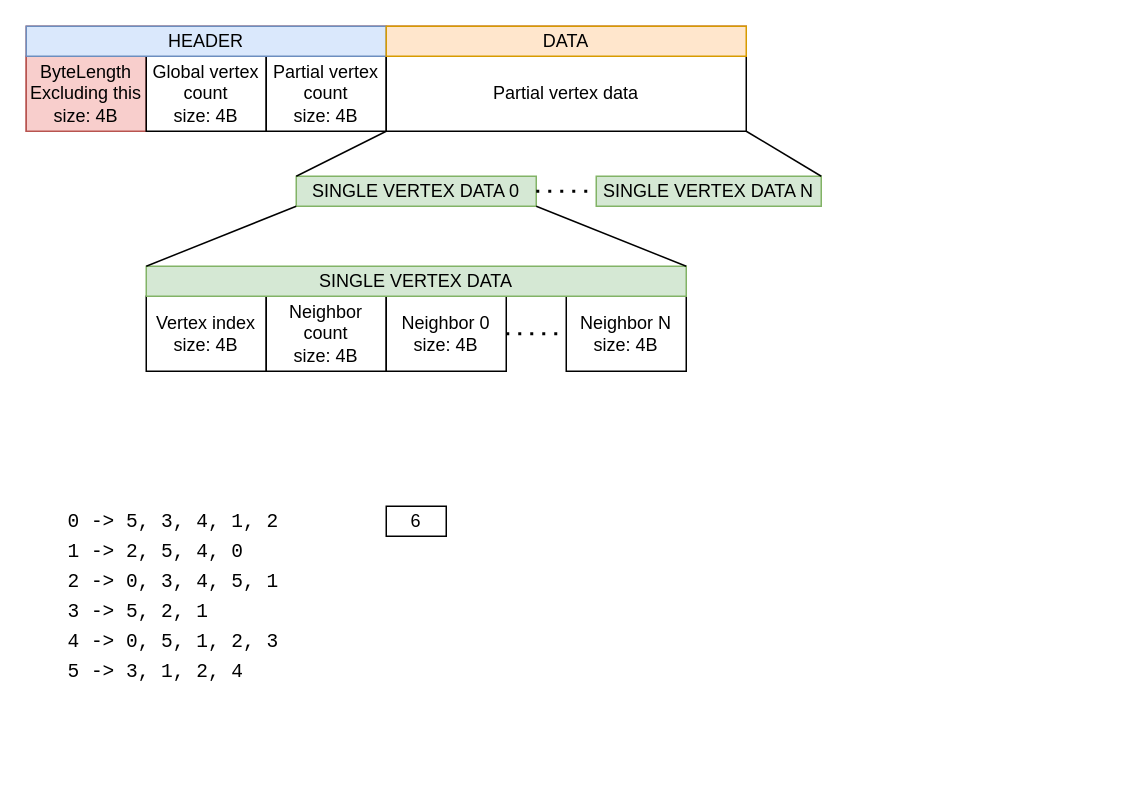
Mikkelnn/ESD6-Courses keeps this draw.io diagram as hpc/Workshop/BFSAlgo/Figures/binaryPartialGraph.drawio. Above is the earlier version. Source tidied: cells renumbered, new cells numbered last; positions are measured from the earlier drawing's top-left corner, leaving out a move shared by most shapes. Both pictures are drawn from the tidied source at 150%, with x=0, y=0 at pixel (26, 26).
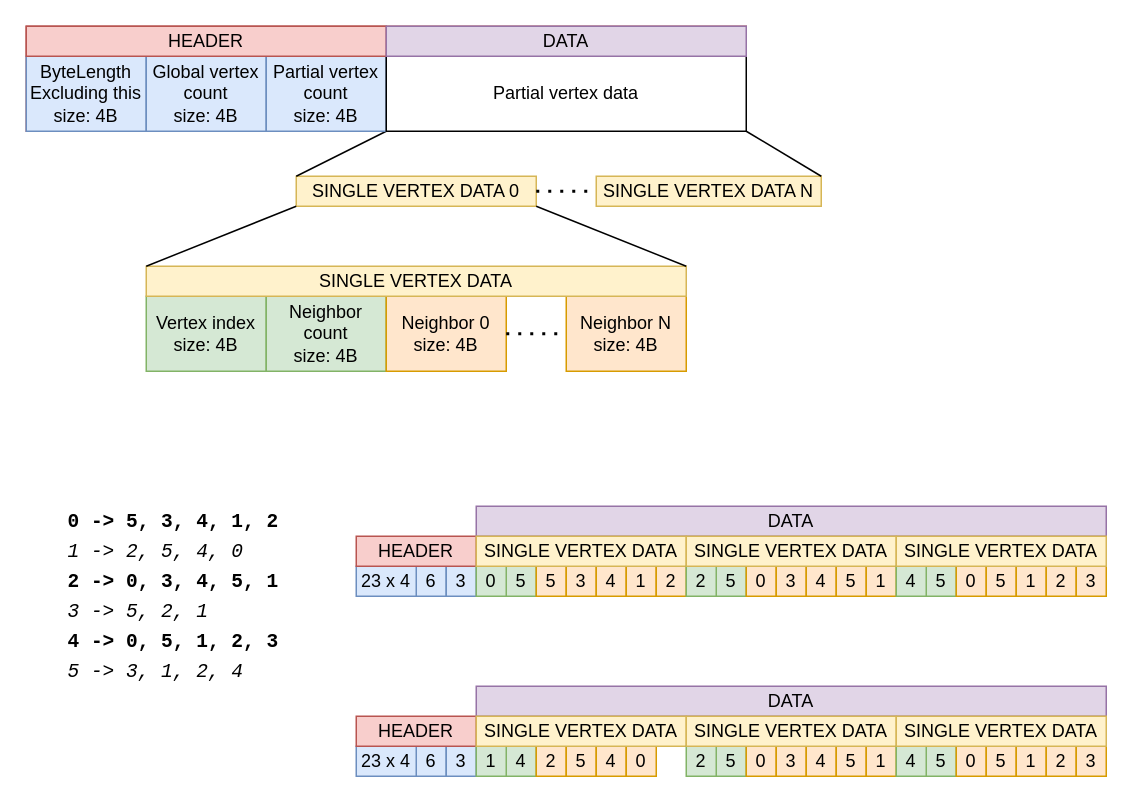
After the change.

Unchanged cells that the change refers to:
```xml
<mxCell id="12" style="group;fillColor=#f8cecc;strokeColor=#b85450;" parent="1" vertex="1">
  <mxGeometry width="480" height="70" as="geometry" />
</mxCell>
```

What changed in the source:
```diff
@@
-    <mxCell id="2" value="Vertex index&lt;br&gt;size: 4B" style="rounded=0;whiteSpace=wrap;html=1;" parent="1" vertex="1">
+    <mxCell id="2" value="Vertex index&lt;br&gt;size: 4B" style="rounded=0;whiteSpace=wrap;html=1;fillColor=#d5e8d4;strokeColor=#82b366;" parent="1" vertex="1">
       <mxGeometry x="80" y="180" width="80" height="50" as="geometry" />
     </mxCell>
-    <mxCell id="3" value="Neighbor count&lt;div&gt;size: 4B&lt;/div&gt;" style="rounded=0;whiteSpace=wrap;html=1;" parent="1" vertex="1">
+    <mxCell id="3" value="Neighbor count&lt;div&gt;size: 4B&lt;/div&gt;" style="rounded=0;whiteSpace=wrap;html=1;fillColor=#d5e8d4;strokeColor=#82b366;" parent="1" vertex="1">
       <mxGeometry x="160" y="180" width="80" height="50" as="geometry" />
     </mxCell>
-    <mxCell id="4" value="Neighbor 0&lt;div&gt;size: 4B&lt;/div&gt;" style="rounded=0;whiteSpace=wrap;html=1;" parent="1" vertex="1">
+    <mxCell id="4" value="Neighbor 0&lt;div&gt;size: 4B&lt;/div&gt;" style="rounded=0;whiteSpace=wrap;html=1;fillColor=#ffe6cc;strokeColor=#d79b00;" parent="1" vertex="1">
       <mxGeometry x="240" y="180" width="80" height="50" as="geometry" />
     </mxCell>
-    <mxCell id="5" value="Neighbor N&lt;div&gt;size: 4B&lt;/div&gt;" style="rounded=0;whiteSpace=wrap;html=1;" parent="1" vertex="1">
+    <mxCell id="5" value="Neighbor N&lt;div&gt;size: 4B&lt;/div&gt;" style="rounded=0;whiteSpace=wrap;html=1;fillColor=#ffe6cc;strokeColor=#d79b00;" parent="1" vertex="1">
       <mxGeometry x="360" y="180" width="80" height="50" as="geometry" />
     </mxCell>
@@
-    <mxCell id="7" value="SINGLE VERTEX DATA" style="rounded=0;whiteSpace=wrap;html=1;fillColor=#d5e8d4;strokeColor=#82b366;" parent="1" vertex="1">
+    <mxCell id="7" value="SINGLE VERTEX DATA" style="rounded=0;whiteSpace=wrap;html=1;fillColor=#fff2cc;strokeColor=#d6b656;" parent="1" vertex="1">
       <mxGeometry x="80" y="160" width="360" height="20" as="geometry" />
     </mxCell>
-    <mxCell id="8" value="SINGLE VERTEX DATA 0" style="rounded=0;whiteSpace=wrap;html=1;fillColor=#d5e8d4;strokeColor=#82b366;" parent="1" vertex="1">
+    <mxCell id="8" value="SINGLE VERTEX DATA 0" style="rounded=0;whiteSpace=wrap;html=1;fillColor=#fff2cc;strokeColor=#d6b656;" parent="1" vertex="1">
       <mxGeometry x="180" y="100" width="160" height="20" as="geometry" />
     </mxCell>
-    <mxCell id="9" value="SINGLE VERTEX DATA N" style="rounded=0;whiteSpace=wrap;html=1;fillColor=#d5e8d4;strokeColor=#82b366;" parent="1" vertex="1">
+    <mxCell id="9" value="SINGLE VERTEX DATA N" style="rounded=0;whiteSpace=wrap;html=1;fillColor=#fff2cc;strokeColor=#d6b656;" parent="1" vertex="1">
       <mxGeometry x="380" y="100" width="150" height="20" as="geometry" />
     </mxCell>
@@
-    <mxCell id="13" value="ByteLength&lt;br&gt;Excluding this&lt;div&gt;size: 4B&lt;/div&gt;" style="rounded=0;whiteSpace=wrap;html=1;fillColor=#f8cecc;strokeColor=#b85450;" parent="12" vertex="1">
+    <mxCell id="13" value="ByteLength&lt;br&gt;Excluding this&lt;div&gt;size: 4B&lt;/div&gt;" style="rounded=0;whiteSpace=wrap;html=1;fillColor=#dae8fc;strokeColor=#6c8ebf;" parent="12" vertex="1">
       <mxGeometry y="20" width="80" height="50" as="geometry" />
     </mxCell>
-    <mxCell id="14" value="Global vertex count&lt;br&gt;size: 4B" style="rounded=0;whiteSpace=wrap;html=1;" parent="12" vertex="1">
+    <mxCell id="14" value="Global vertex count&lt;br&gt;size: 4B" style="rounded=0;whiteSpace=wrap;html=1;fillColor=#dae8fc;strokeColor=#6c8ebf;" parent="12" vertex="1">
       <mxGeometry x="80" y="20" width="80" height="50" as="geometry" />
     </mxCell>
-    <mxCell id="15" value="Partial vertex count&lt;br&gt;size: 4B" style="rounded=0;whiteSpace=wrap;html=1;" parent="12" vertex="1">
+    <mxCell id="15" value="Partial vertex count&lt;br&gt;size: 4B" style="rounded=0;whiteSpace=wrap;html=1;fillColor=#dae8fc;strokeColor=#6c8ebf;" parent="12" vertex="1">
       <mxGeometry x="160" y="20" width="80" height="50" as="geometry" />
     </mxCell>
@@
-    <mxCell id="17" value="HEADER" style="rounded=0;whiteSpace=wrap;html=1;fillColor=#dae8fc;strokeColor=#6c8ebf;" parent="12" vertex="1">
+    <mxCell id="17" value="HEADER" style="rounded=0;whiteSpace=wrap;html=1;fillColor=#f8cecc;strokeColor=#b85450;" parent="12" vertex="1">
       <mxGeometry width="240" height="20" as="geometry" />
     </mxCell>
-    <mxCell id="18" value="DATA" style="rounded=0;whiteSpace=wrap;html=1;fillColor=#ffe6cc;strokeColor=#d79b00;" parent="12" vertex="1">
+    <mxCell id="18" value="DATA" style="rounded=0;whiteSpace=wrap;html=1;fillColor=#e1d5e7;strokeColor=#9673a6;" parent="12" vertex="1">
       <mxGeometry x="240" width="240" height="20" as="geometry" />
     </mxCell>
@@
-    <mxCell id="22" value="&lt;pre class=&quot;data&quot; style=&quot;margin-left: 2em; font-size: 13px; background-color: rgb(255, 255, 255);&quot;&gt;0 -&amp;gt; 5, 3, 4, 1, 2&lt;/pre&gt;" style="text;html=1;align=left;verticalAlign=middle;whiteSpace=wrap;rounded=0;" parent="1" vertex="1">
+    <mxCell id="22" value="&lt;pre style=&quot;margin-left: 2em; font-size: 13px; background-color: rgb(255, 255, 255);&quot; class=&quot;data&quot;&gt;0 -&amp;gt; 5, 3, 4, 1, 2&lt;/pre&gt;" style="text;html=1;align=left;verticalAlign=middle;whiteSpace=wrap;rounded=0;fontStyle=1;" parent="1" vertex="1">
       <mxGeometry y="320" width="200" height="20" as="geometry" />
     </mxCell>
-    <mxCell id="23" value="&lt;pre class=&quot;data&quot; style=&quot;margin-left: 2em; font-size: 13px; background-color: rgb(255, 255, 255);&quot;&gt;1 -&amp;gt; 2, 5, 4, 0&lt;/pre&gt;" style="text;html=1;align=left;verticalAlign=middle;whiteSpace=wrap;rounded=0;" parent="1" vertex="1">
+    <mxCell id="23" value="&lt;pre style=&quot;margin-left: 2em; font-size: 13px; background-color: rgb(255, 255, 255);&quot; class=&quot;data&quot;&gt;1 -&amp;gt; 2, 5, 4, 0&lt;/pre&gt;" style="text;html=1;align=left;verticalAlign=middle;whiteSpace=wrap;rounded=0;fontStyle=2;" parent="1" vertex="1">
       <mxGeometry y="340" width="200" height="20" as="geometry" />
     </mxCell>
-    <mxCell id="24" value="&lt;pre class=&quot;data&quot; style=&quot;margin-left: 2em; font-size: 13px; background-color: rgb(255, 255, 255);&quot;&gt;2 -&amp;gt; 0, 3, 4, 5, 1&lt;/pre&gt;" style="text;html=1;align=left;verticalAlign=middle;whiteSpace=wrap;rounded=0;" parent="1" vertex="1">
+    <mxCell id="24" value="&lt;pre style=&quot;margin-left: 2em; font-size: 13px; background-color: rgb(255, 255, 255);&quot; class=&quot;data&quot;&gt;2 -&amp;gt; 0, 3, 4, 5, 1&lt;/pre&gt;" style="text;html=1;align=left;verticalAlign=middle;whiteSpace=wrap;rounded=0;fontStyle=1;" parent="1" vertex="1">
       <mxGeometry y="360" width="200" height="20" as="geometry" />
     </mxCell>
-    <mxCell id="25" value="&lt;pre class=&quot;data&quot; style=&quot;margin-left: 2em; font-size: 13px; background-color: rgb(255, 255, 255);&quot;&gt;3 -&amp;gt; 5, 2, 1&lt;/pre&gt;" style="text;html=1;align=left;verticalAlign=middle;whiteSpace=wrap;rounded=0;" parent="1" vertex="1">
+    <mxCell id="25" value="&lt;pre style=&quot;margin-left: 2em; font-size: 13px; background-color: rgb(255, 255, 255);&quot; class=&quot;data&quot;&gt;3 -&amp;gt; 5, 2, 1&lt;/pre&gt;" style="text;html=1;align=left;verticalAlign=middle;whiteSpace=wrap;rounded=0;fontStyle=2;" parent="1" vertex="1">
       <mxGeometry y="380" width="200" height="20" as="geometry" />
     </mxCell>
-    <mxCell id="26" value="&lt;pre class=&quot;data&quot; style=&quot;margin-left: 2em; font-size: 13px; background-color: rgb(255, 255, 255);&quot;&gt;4 -&amp;gt; 0, 5, 1, 2, 3&lt;/pre&gt;" style="text;html=1;align=left;verticalAlign=middle;whiteSpace=wrap;rounded=0;" parent="1" vertex="1">
+    <mxCell id="26" value="&lt;pre style=&quot;margin-left: 2em; font-size: 13px; background-color: rgb(255, 255, 255);&quot; class=&quot;data&quot;&gt;4 -&amp;gt; 0, 5, 1, 2, 3&lt;/pre&gt;" style="text;html=1;align=left;verticalAlign=middle;whiteSpace=wrap;rounded=0;fontStyle=1;" parent="1" vertex="1">
       <mxGeometry y="400" width="200" height="20" as="geometry" />
     </mxCell>
-    <mxCell id="27" value="&lt;pre class=&quot;data&quot; style=&quot;margin-left: 2em; font-size: 13px; background-color: rgb(255, 255, 255);&quot;&gt;5 -&amp;gt; 3, 1, 2, 4&lt;/pre&gt;" style="text;html=1;align=left;verticalAlign=middle;whiteSpace=wrap;rounded=0;" parent="1" vertex="1">
+    <mxCell id="27" value="&lt;pre style=&quot;margin-left: 2em; font-size: 13px; background-color: rgb(255, 255, 255);&quot; class=&quot;data&quot;&gt;5 -&amp;gt; 3, 1, 2, 4&lt;/pre&gt;" style="text;html=1;align=left;verticalAlign=middle;whiteSpace=wrap;rounded=0;fontStyle=2;" parent="1" vertex="1">
       <mxGeometry y="420" width="200" height="20" as="geometry" />
     </mxCell>
-    <mxCell id="28" value="6" style="rounded=0;whiteSpace=wrap;html=1;" parent="1" vertex="1">
-      <mxGeometry x="240" y="320" width="40" height="20" as="geometry" />
+    <mxCell id="28" value="6" style="rounded=0;whiteSpace=wrap;html=1;fillColor=#dae8fc;strokeColor=#6c8ebf;" parent="1" vertex="1">
+      <mxGeometry x="260" y="360" width="20" height="20" as="geometry" />
     </mxCell>
+    <mxCell id="29" value="3" style="rounded=0;whiteSpace=wrap;html=1;fillColor=#dae8fc;strokeColor=#6c8ebf;" parent="1" vertex="1">
+      <mxGeometry x="280" y="360" width="20" height="20" as="geometry" />
+    </mxCell>
+    <mxCell id="30" value="23 x 4" style="rounded=0;whiteSpace=wrap;html=1;fillColor=#dae8fc;strokeColor=#6c8ebf;" parent="1" vertex="1">
+      <mxGeometry x="220" y="360" width="40" height="20" as="geometry" />
+    </mxCell>
+    <mxCell id="31" value="HEADER" style="rounded=0;whiteSpace=wrap;html=1;fillColor=#f8cecc;strokeColor=#b85450;" parent="1" vertex="1">
+      <mxGeometry x="220" y="340" width="80" height="20" as="geometry" />
+    </mxCell>
+    <mxCell id="32" value="DATA" style="rounded=0;whiteSpace=wrap;html=1;fillColor=#e1d5e7;strokeColor=#9673a6;" parent="1" vertex="1">
+      <mxGeometry x="300" y="320" width="420" height="20" as="geometry" />
+    </mxCell>
+    <mxCell id="33" value="5" style="rounded=0;whiteSpace=wrap;html=1;fillColor=#d5e8d4;strokeColor=#82b366;" parent="1" vertex="1">
+      <mxGeometry x="320" y="360" width="20" height="20" as="geometry" />
+    </mxCell>
+    <mxCell id="34" value="5" style="rounded=0;whiteSpace=wrap;html=1;fillColor=#ffe6cc;strokeColor=#d79b00;" parent="1" vertex="1">
+      <mxGeometry x="340" y="360" width="20" height="20" as="geometry" />
+    </mxCell>
+    <mxCell id="35" value="0" style="rounded=0;whiteSpace=wrap;html=1;fillColor=#d5e8d4;strokeColor=#82b366;" parent="1" vertex="1">
+      <mxGeometry x="300" y="360" width="20" height="20" as="geometry" />
+    </mxCell>
+    <mxCell id="36" value="3" style="rounded=0;whiteSpace=wrap;html=1;fillColor=#ffe6cc;strokeColor=#d79b00;" parent="1" vertex="1">
+      <mxGeometry x="360" y="360" width="20" height="20" as="geometry" />
+    </mxCell>
+    <mxCell id="37" value="4" style="rounded=0;whiteSpace=wrap;html=1;fillColor=#ffe6cc;strokeColor=#d79b00;" parent="1" vertex="1">
+      <mxGeometry x="380" y="360" width="20" height="20" as="geometry" />
+    </mxCell>
+    <mxCell id="38" value="1" style="rounded=0;whiteSpace=wrap;html=1;fillColor=#ffe6cc;strokeColor=#d79b00;" parent="1" vertex="1">
+      <mxGeometry x="400" y="360" width="20" height="20" as="geometry" />
+    </mxCell>
+    <mxCell id="39" value="2" style="rounded=0;whiteSpace=wrap;html=1;fillColor=#ffe6cc;strokeColor=#d79b00;" parent="1" vertex="1">
+      <mxGeometry x="420" y="360" width="20" height="20" as="geometry" />
+    </mxCell>
+    <mxCell id="40" value="SINGLE VERTEX DATA" style="rounded=0;whiteSpace=wrap;html=1;fillColor=#fff2cc;strokeColor=#d6b656;" parent="1" vertex="1">
+      <mxGeometry x="300" y="340" width="140" height="20" as="geometry" />
+    </mxCell>
+    <mxCell id="41" value="5" style="rounded=0;whiteSpace=wrap;html=1;fillColor=#d5e8d4;strokeColor=#82b366;" parent="1" vertex="1">
+      <mxGeometry x="460" y="360" width="20" height="20" as="geometry" />
+    </mxCell>
+    <mxCell id="42" value="0" style="rounded=0;whiteSpace=wrap;html=1;fillColor=#ffe6cc;strokeColor=#d79b00;" parent="1" vertex="1">
+      <mxGeometry x="480" y="360" width="20" height="20" as="geometry" />
+    </mxCell>
+    <mxCell id="43" value="2" style="rounded=0;whiteSpace=wrap;html=1;fillColor=#d5e8d4;strokeColor=#82b366;" parent="1" vertex="1">
+      <mxGeometry x="440" y="360" width="20" height="20" as="geometry" />
+    </mxCell>
+    <mxCell id="44" value="3" style="rounded=0;whiteSpace=wrap;html=1;fillColor=#ffe6cc;strokeColor=#d79b00;" parent="1" vertex="1">
+      <mxGeometry x="500" y="360" width="20" height="20" as="geometry" />
+    </mxCell>
+    <mxCell id="45" value="4" style="rounded=0;whiteSpace=wrap;html=1;fillColor=#ffe6cc;strokeColor=#d79b00;" parent="1" vertex="1">
+      <mxGeometry x="520" y="360" width="20" height="20" as="geometry" />
+    </mxCell>
+    <mxCell id="46" value="5" style="rounded=0;whiteSpace=wrap;html=1;fillColor=#ffe6cc;strokeColor=#d79b00;" parent="1" vertex="1">
+      <mxGeometry x="540" y="360" width="20" height="20" as="geometry" />
+    </mxCell>
+    <mxCell id="47" value="1" style="rounded=0;whiteSpace=wrap;html=1;fillColor=#ffe6cc;strokeColor=#d79b00;" parent="1" vertex="1">
+      <mxGeometry x="560" y="360" width="20" height="20" as="geometry" />
+    </mxCell>
+    <mxCell id="48" value="SINGLE VERTEX DATA" style="rounded=0;whiteSpace=wrap;html=1;fillColor=#fff2cc;strokeColor=#d6b656;" parent="1" vertex="1">
+      <mxGeometry x="440" y="340" width="140" height="20" as="geometry" />
+    </mxCell>
+    <mxCell id="49" value="5" style="rounded=0;whiteSpace=wrap;html=1;fillColor=#d5e8d4;strokeColor=#82b366;" parent="1" vertex="1">
+      <mxGeometry x="600" y="360" width="20" height="20" as="geometry" />
+    </mxCell>
+    <mxCell id="50" value="0" style="rounded=0;whiteSpace=wrap;html=1;fillColor=#ffe6cc;strokeColor=#d79b00;" parent="1" vertex="1">
+      <mxGeometry x="620" y="360" width="20" height="20" as="geometry" />
+    </mxCell>
+    <mxCell id="51" value="4" style="rounded=0;whiteSpace=wrap;html=1;fillColor=#d5e8d4;strokeColor=#82b366;" parent="1" vertex="1">
+      <mxGeometry x="580" y="360" width="20" height="20" as="geometry" />
+    </mxCell>
+    <mxCell id="52" value="5" style="rounded=0;whiteSpace=wrap;html=1;fillColor=#ffe6cc;strokeColor=#d79b00;" parent="1" vertex="1">
+      <mxGeometry x="640" y="360" width="20" height="20" as="geometry" />
+    </mxCell>
+    <mxCell id="53" value="1" style="rounded=0;whiteSpace=wrap;html=1;fillColor=#ffe6cc;strokeColor=#d79b00;" parent="1" vertex="1">
+      <mxGeometry x="660" y="360" width="20" height="20" as="geometry" />
+    </mxCell>
+    <mxCell id="54" value="2" style="rounded=0;whiteSpace=wrap;html=1;fillColor=#ffe6cc;strokeColor=#d79b00;" parent="1" vertex="1">
+      <mxGeometry x="680" y="360" width="20" height="20" as="geometry" />
+    </mxCell>
+    <mxCell id="55" value="3" style="rounded=0;whiteSpace=wrap;html=1;fillColor=#ffe6cc;strokeColor=#d79b00;" parent="1" vertex="1">
+      <mxGeometry x="700" y="360" width="20" height="20" as="geometry" />
+    </mxCell>
+    <mxCell id="56" value="SINGLE VERTEX DATA" style="rounded=0;whiteSpace=wrap;html=1;fillColor=#fff2cc;strokeColor=#d6b656;" parent="1" vertex="1">
+      <mxGeometry x="580" y="340" width="140" height="20" as="geometry" />
+    </mxCell>
+    <mxCell id="57" value="6" style="rounded=0;whiteSpace=wrap;html=1;fillColor=#dae8fc;strokeColor=#6c8ebf;" parent="1" vertex="1">
+      <mxGeometry x="260" y="480" width="20" height="20" as="geometry" />
+    </mxCell>
+    <mxCell id="58" value="3" style="rounded=0;whiteSpace=wrap;html=1;fillColor=#dae8fc;strokeColor=#6c8ebf;" parent="1" vertex="1">
+      <mxGeometry x="280" y="480" width="20" height="20" as="geometry" />
+    </mxCell>
+    <mxCell id="59" value="23 x 4" style="rounded=0;whiteSpace=wrap;html=1;fillColor=#dae8fc;strokeColor=#6c8ebf;" parent="1" vertex="1">
+      <mxGeometry x="220" y="480" width="40" height="20" as="geometry" />
+    </mxCell>
+    <mxCell id="60" value="HEADER" style="rounded=0;whiteSpace=wrap;html=1;fillColor=#f8cecc;strokeColor=#b85450;" parent="1" vertex="1">
+      <mxGeometry x="220" y="460" width="80" height="20" as="geometry" />
+    </mxCell>
+    <mxCell id="61" value="DATA" style="rounded=0;whiteSpace=wrap;html=1;fillColor=#e1d5e7;strokeColor=#9673a6;" parent="1" vertex="1">
+      <mxGeometry x="300" y="440" width="420" height="20" as="geometry" />
+    </mxCell>
+    <mxCell id="62" value="4" style="rounded=0;whiteSpace=wrap;html=1;fillColor=#d5e8d4;strokeColor=#82b366;" parent="1" vertex="1">
+      <mxGeometry x="320" y="480" width="20" height="20" as="geometry" />
+    </mxCell>
+    <mxCell id="63" value="2" style="rounded=0;whiteSpace=wrap;html=1;fillColor=#ffe6cc;strokeColor=#d79b00;" parent="1" vertex="1">
+      <mxGeometry x="340" y="480" width="20" height="20" as="geometry" />
+    </mxCell>
+    <mxCell id="64" value="1" style="rounded=0;whiteSpace=wrap;html=1;fillColor=#d5e8d4;strokeColor=#82b366;" parent="1" vertex="1">
+      <mxGeometry x="300" y="480" width="20" height="20" as="geometry" />
+    </mxCell>
+    <mxCell id="65" value="5" style="rounded=0;whiteSpace=wrap;html=1;fillColor=#ffe6cc;strokeColor=#d79b00;" parent="1" vertex="1">
+      <mxGeometry x="360" y="480" width="20" height="20" as="geometry" />
+    </mxCell>
+    <mxCell id="66" value="4" style="rounded=0;whiteSpace=wrap;html=1;fillColor=#ffe6cc;strokeColor=#d79b00;" parent="1" vertex="1">
+      <mxGeometry x="380" y="480" width="20" height="20" as="geometry" />
+    </mxCell>
+    <mxCell id="67" value="0" style="rounded=0;whiteSpace=wrap;html=1;fillColor=#ffe6cc;strokeColor=#d79b00;" parent="1" vertex="1">
+      <mxGeometry x="400" y="480" width="20" height="20" as="geometry" />
+    </mxCell>
+    <mxCell id="68" value="SINGLE VERTEX DATA" style="rounded=0;whiteSpace=wrap;html=1;fillColor=#fff2cc;strokeColor=#d6b656;" parent="1" vertex="1">
+      <mxGeometry x="300" y="460" width="140" height="20" as="geometry" />
+    </mxCell>
+    <mxCell id="69" value="5" style="rounded=0;whiteSpace=wrap;html=1;fillColor=#d5e8d4;strokeColor=#82b366;" parent="1" vertex="1">
+      <mxGeometry x="460" y="480" width="20" height="20" as="geometry" />
+    </mxCell>
+    <mxCell id="70" value="0" style="rounded=0;whiteSpace=wrap;html=1;fillColor=#ffe6cc;strokeColor=#d79b00;" parent="1" vertex="1">
+      <mxGeometry x="480" y="480" width="20" height="20" as="geometry" />
+    </mxCell>
+    <mxCell id="71" value="2" style="rounded=0;whiteSpace=wrap;html=1;fillColor=#d5e8d4;strokeColor=#82b366;" parent="1" vertex="1">
+      <mxGeometry x="440" y="480" width="20" height="20" as="geometry" />
+    </mxCell>
+    <mxCell id="72" value="3" style="rounded=0;whiteSpace=wrap;html=1;fillColor=#ffe6cc;strokeColor=#d79b00;" parent="1" vertex="1">
+      <mxGeometry x="500" y="480" width="20" height="20" as="geometry" />
+    </mxCell>
+    <mxCell id="73" value="4" style="rounded=0;whiteSpace=wrap;html=1;fillColor=#ffe6cc;strokeColor=#d79b00;" parent="1" vertex="1">
+      <mxGeometry x="520" y="480" width="20" height="20" as="geometry" />
+    </mxCell>
+    <mxCell id="74" value="5" style="rounded=0;whiteSpace=wrap;html=1;fillColor=#ffe6cc;strokeColor=#d79b00;" parent="1" vertex="1">
+      <mxGeometry x="540" y="480" width="20" height="20" as="geometry" />
+    </mxCell>
+    <mxCell id="75" value="1" style="rounded=0;whiteSpace=wrap;html=1;fillColor=#ffe6cc;strokeColor=#d79b00;" parent="1" vertex="1">
+      <mxGeometry x="560" y="480" width="20" height="20" as="geometry" />
+    </mxCell>
+    <mxCell id="76" value="SINGLE VERTEX DATA" style="rounded=0;whiteSpace=wrap;html=1;fillColor=#fff2cc;strokeColor=#d6b656;" parent="1" vertex="1">
+      <mxGeometry x="440" y="460" width="140" height="20" as="geometry" />
+    </mxCell>
+    <mxCell id="77" value="5" style="rounded=0;whiteSpace=wrap;html=1;fillColor=#d5e8d4;strokeColor=#82b366;" parent="1" vertex="1">
+      <mxGeometry x="600" y="480" width="20" height="20" as="geometry" />
+    </mxCell>
+    <mxCell id="78" value="0" style="rounded=0;whiteSpace=wrap;html=1;fillColor=#ffe6cc;strokeColor=#d79b00;" parent="1" vertex="1">
+      <mxGeometry x="620" y="480" width="20" height="20" as="geometry" />
+    </mxCell>
+    <mxCell id="79" value="4" style="rounded=0;whiteSpace=wrap;html=1;fillColor=#d5e8d4;strokeColor=#82b366;" parent="1" vertex="1">
+      <mxGeometry x="580" y="480" width="20" height="20" as="geometry" />
+    </mxCell>
+    <mxCell id="80" value="5" style="rounded=0;whiteSpace=wrap;html=1;fillColor=#ffe6cc;strokeColor=#d79b00;" parent="1" vertex="1">
+      <mxGeometry x="640" y="480" width="20" height="20" as="geometry" />
+    </mxCell>
+    <mxCell id="81" value="1" style="rounded=0;whiteSpace=wrap;html=1;fillColor=#ffe6cc;strokeColor=#d79b00;" parent="1" vertex="1">
+      <mxGeometry x="660" y="480" width="20" height="20" as="geometry" />
+    </mxCell>
+    <mxCell id="82" value="2" style="rounded=0;whiteSpace=wrap;html=1;fillColor=#ffe6cc;strokeColor=#d79b00;" parent="1" vertex="1">
+      <mxGeometry x="680" y="480" width="20" height="20" as="geometry" />
+    </mxCell>
+    <mxCell id="83" value="3" style="rounded=0;whiteSpace=wrap;html=1;fillColor=#ffe6cc;strokeColor=#d79b00;" parent="1" vertex="1">
+      <mxGeometry x="700" y="480" width="20" height="20" as="geometry" />
+    </mxCell>
+    <mxCell id="84" value="SINGLE VERTEX DATA" style="rounded=0;whiteSpace=wrap;html=1;fillColor=#fff2cc;strokeColor=#d6b656;" parent="1" vertex="1">
+      <mxGeometry x="580" y="460" width="140" height="20" as="geometry" />
+    </mxCell>
```
